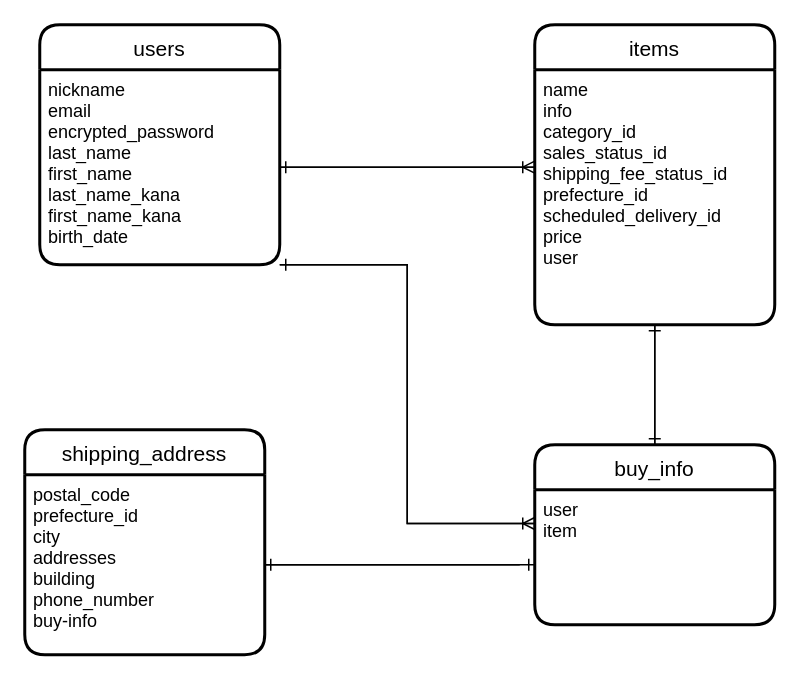
This is ER.dio from d-cho623/furima-35405, a draw.io file, before an edit. Source tidied: cells renumbered, new cells numbered last; positions are measured from the earlier drawing's top-left corner, leaving out a move shared by most shapes. Both pictures are drawn from the tidied source at 150%, with x=0, y=0 at pixel (24, 24).
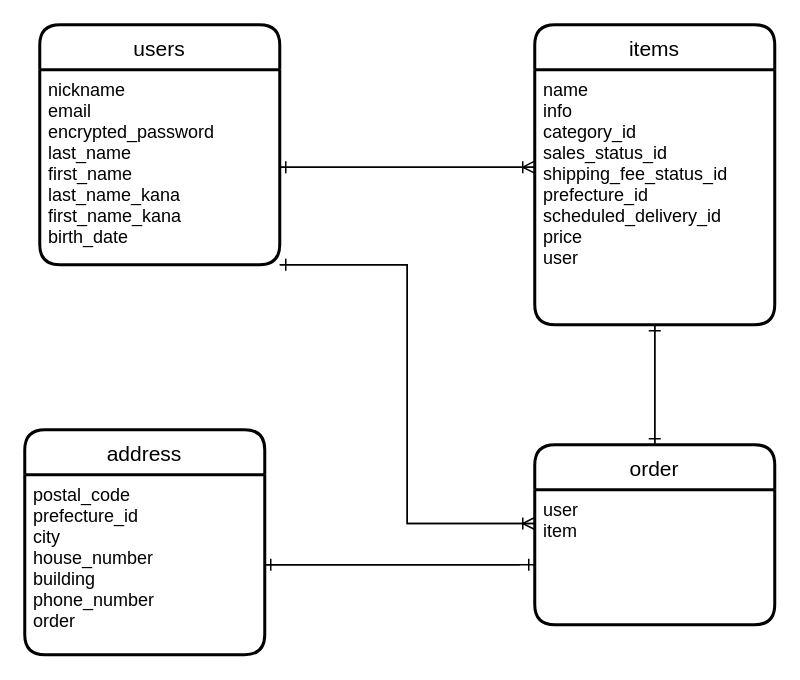
After the change.

Diff of the diagram source:
```diff
@@
-    <mxCell id="7" value="buy_info" style="swimlane;horizontal=1;startSize=30;rounded=1;fontSize=14;fontStyle=0;strokeWidth=2;shadow=0;dashed=0;align=center;" parent="1" vertex="1">
+    <mxCell id="7" value="order" style="swimlane;horizontal=1;startSize=30;rounded=1;fontSize=14;fontStyle=0;strokeWidth=2;shadow=0;dashed=0;align=center;" parent="1" vertex="1">
       <mxGeometry x="340" y="280" width="160" height="120" as="geometry" />
     </mxCell>
@@
-    <mxCell id="10" value="shipping_address" style="swimlane;horizontal=1;startSize=30;rounded=1;fontSize=14;fontStyle=0;strokeWidth=2;shadow=0;dashed=0;align=center;" parent="1" vertex="1">
+    <mxCell id="10" value="address" style="swimlane;horizontal=1;startSize=30;rounded=1;fontSize=14;fontStyle=0;strokeWidth=2;shadow=0;dashed=0;align=center;" parent="1" vertex="1">
       <mxGeometry y="270" width="160" height="150" as="geometry" />
     </mxCell>
-    <mxCell id="11" value="postal_code&#10;prefecture_id&#10;city&#10;addresses&#10;building&#10;phone_number&#10;buy-info" style="align=left;strokeColor=none;fillColor=none;spacingLeft=4;fontSize=12;verticalAlign=top;" parent="10" vertex="1">
+    <mxCell id="11" value="postal_code&#10;prefecture_id&#10;city&#10;house_number&#10;building&#10;phone_number&#10;order" style="align=left;strokeColor=none;fillColor=none;spacingLeft=4;fontSize=12;verticalAlign=top;" parent="10" vertex="1">
       <mxGeometry y="30" width="160" height="120" as="geometry" />
     </mxCell>
```
